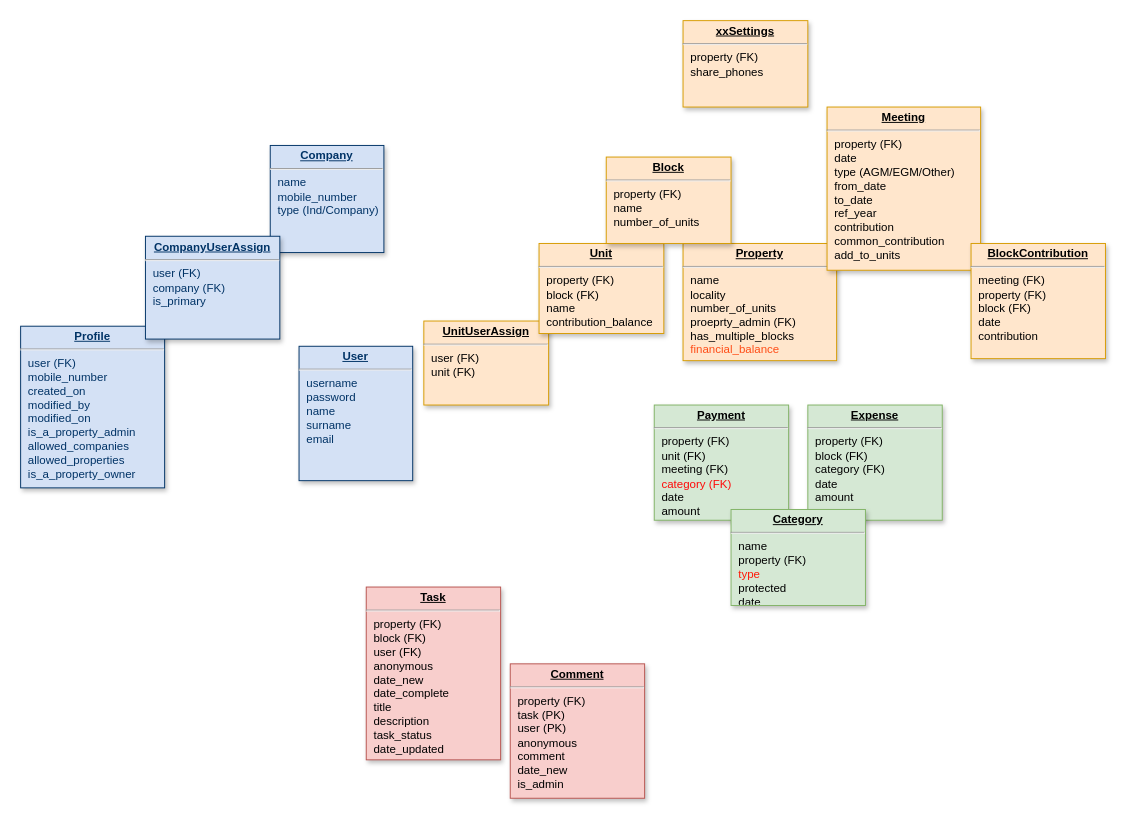
The draw.io diagram Untitled Diagram.drawio in gilubilu/hello-world, before the edit. Source tidied: cells renumbered, new cells numbered last; positions are measured from the earlier drawing's top-left corner, leaving out a move shared by most shapes. Both pictures are drawn from the tidied source at 96%, with x=0, y=0 at pixel (20, 20).
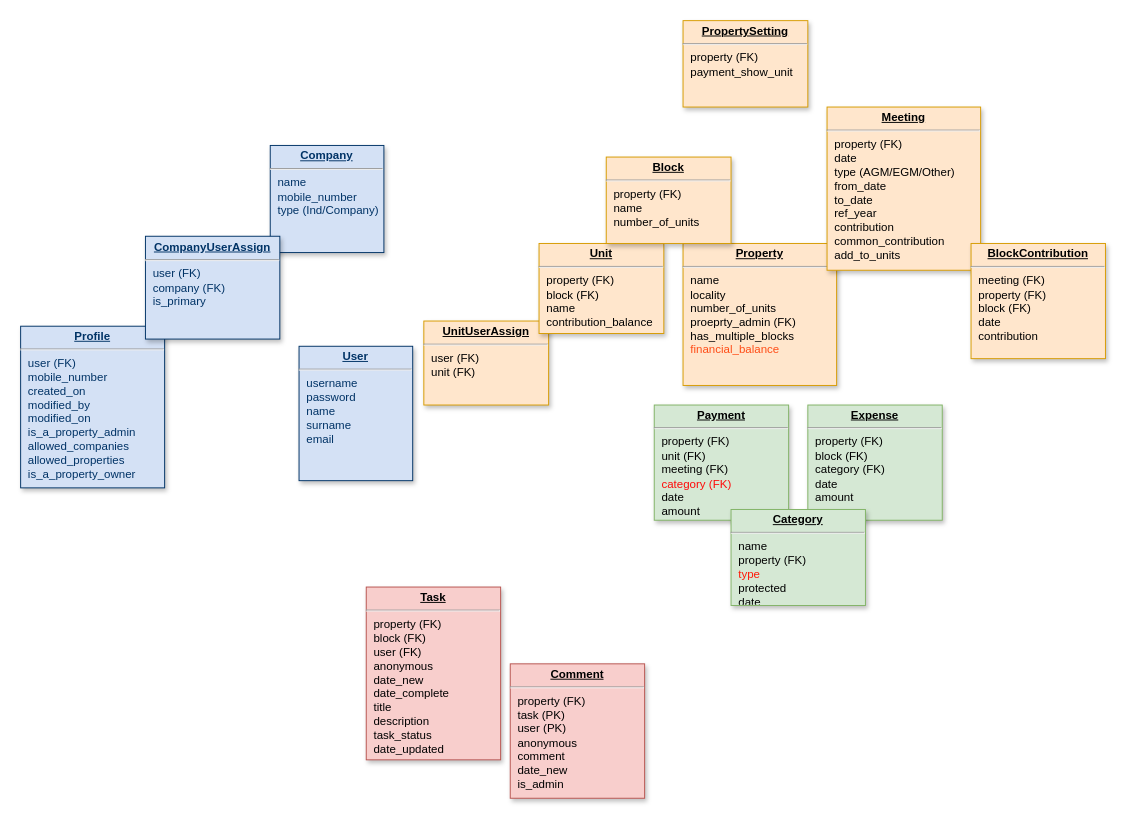
The same diagram, later.

What changed in the source:
```diff
@@
 <mxGraphModel background="#ffffff">
   <root>
     <mxCell id="0" />
     <mxCell id="1" parent="0" />
     <mxCell id="2" value="&lt;p style=&quot;margin: 0px ; margin-top: 4px ; text-align: center ; text-decoration: underline&quot;&gt;&lt;b&gt;UnitUserAssign&lt;/b&gt;&lt;/p&gt;&lt;hr&gt;&lt;p style=&quot;margin: 0px ; margin-left: 8px&quot;&gt;user (FK)&lt;/p&gt;&lt;p style=&quot;margin: 0px ; margin-left: 8px&quot;&gt;unit (FK)&lt;/p&gt;" style="verticalAlign=top;align=left;overflow=fill;fontSize=12;fontFamily=Helvetica;html=1;strokeColor=#d79b00;shadow=1;fillColor=#ffe6cc;" parent="1" vertex="1">
       <mxGeometry x="420" y="312.9" width="130" height="87.5" as="geometry" />
     </mxCell>
     <mxCell id="3" value="&lt;p style=&quot;margin: 0px ; margin-top: 4px ; text-align: center ; text-decoration: underline&quot;&gt;&lt;strong&gt;Unit&lt;/strong&gt;&lt;/p&gt;&lt;hr&gt;&lt;p style=&quot;margin: 0px ; margin-left: 8px&quot;&gt;property (FK)&lt;/p&gt;&lt;p style=&quot;margin: 0px ; margin-left: 8px&quot;&gt;block (FK)&lt;/p&gt;&lt;p style=&quot;margin: 0px ; margin-left: 8px&quot;&gt;name&lt;/p&gt;&lt;p style=&quot;margin: 0px ; margin-left: 8px&quot;&gt;&lt;span&gt;contribution_balance&lt;/span&gt;&lt;br&gt;&lt;/p&gt;&lt;p style=&quot;margin: 0px ; margin-left: 8px&quot;&gt;&lt;br&gt;&lt;/p&gt;" style="verticalAlign=top;align=left;overflow=fill;fontSize=12;fontFamily=Helvetica;html=1;strokeColor=#d79b00;shadow=1;fillColor=#ffe6cc;" parent="1" vertex="1">
       <mxGeometry x="540" y="232.1" width="130" height="93.8" as="geometry" />
     </mxCell>
     <mxCell id="4" value="&lt;p style=&quot;margin: 0px ; margin-top: 4px ; text-align: center ; text-decoration: underline&quot;&gt;&lt;strong&gt;Property&lt;/strong&gt;&lt;/p&gt;&lt;hr&gt;&lt;p style=&quot;margin: 0px ; margin-left: 8px&quot;&gt;name&lt;/p&gt;&lt;p style=&quot;margin: 0px ; margin-left: 8px&quot;&gt;locality&lt;/p&gt;&lt;p style=&quot;margin: 0px ; margin-left: 8px&quot;&gt;number_of_units&lt;/p&gt;&lt;p style=&quot;margin: 0px ; margin-left: 8px&quot;&gt;proeprty_admin (FK)&lt;/p&gt;&lt;p style=&quot;margin: 0px ; margin-left: 8px&quot;&gt;has_multiple_blocks&lt;/p&gt;&lt;p style=&quot;margin: 0px ; margin-left: 8px&quot;&gt;&lt;font color=&quot;#ff4d17&quot;&gt;financial_balance&lt;/font&gt;&lt;/p&gt;&lt;p style=&quot;margin: 0px ; margin-left: 8px&quot;&gt;&lt;br&gt;&lt;/p&gt;" style="verticalAlign=top;align=left;overflow=fill;fontSize=12;fontFamily=Helvetica;html=1;strokeColor=#d79b00;shadow=1;fillColor=#ffe6cc;" parent="1" vertex="1">
-      <mxGeometry x="690" y="232.1" width="160" height="122.1" as="geometry" />
+      <mxGeometry x="690" y="232.1" width="160" height="147.9" as="geometry" />
     </mxCell>
     <mxCell id="5" value="&lt;p style=&quot;margin: 0px ; margin-top: 4px ; text-align: center ; text-decoration: underline&quot;&gt;&lt;strong&gt;Profile&lt;/strong&gt;&lt;/p&gt;&lt;hr&gt;&lt;p style=&quot;margin: 0px ; margin-left: 8px&quot;&gt;user (FK)&lt;/p&gt;&lt;p style=&quot;margin: 0px ; margin-left: 8px&quot;&gt;mobile_number&lt;/p&gt;&lt;p style=&quot;margin: 0px ; margin-left: 8px&quot;&gt;created_on&lt;/p&gt;&lt;p style=&quot;margin: 0px ; margin-left: 8px&quot;&gt;modified_by&lt;/p&gt;&lt;p style=&quot;margin: 0px ; margin-left: 8px&quot;&gt;modified_on&lt;/p&gt;&lt;p style=&quot;margin: 0px ; margin-left: 8px&quot;&gt;is_a_property_admin&lt;/p&gt;&lt;p style=&quot;margin: 0px ; margin-left: 8px&quot;&gt;allowed_companies&lt;/p&gt;&lt;p style=&quot;margin: 0px ; margin-left: 8px&quot;&gt;allowed_properties&lt;/p&gt;&lt;p style=&quot;margin: 0px ; margin-left: 8px&quot;&gt;is_a_property_owner&lt;/p&gt;" style="verticalAlign=top;align=left;overflow=fill;fontSize=12;fontFamily=Helvetica;html=1;strokeColor=#003366;shadow=1;fillColor=#D4E1F5;fontColor=#003366;direction=west;" parent="1" vertex="1">
       <mxGeometry y="318.3" width="150" height="168.4" as="geometry" />
     </mxCell>
     <mxCell id="6" value="&lt;p style=&quot;margin: 0px ; margin-top: 4px ; text-align: center ; text-decoration: underline&quot;&gt;&lt;b&gt;User&lt;/b&gt;&lt;/p&gt;&lt;hr&gt;&lt;p style=&quot;margin: 0px ; margin-left: 8px&quot;&gt;username&lt;/p&gt;&lt;p style=&quot;margin: 0px ; margin-left: 8px&quot;&gt;password&lt;/p&gt;&lt;p style=&quot;margin: 0px ; margin-left: 8px&quot;&gt;name&lt;/p&gt;&lt;p style=&quot;margin: 0px ; margin-left: 8px&quot;&gt;surname&lt;/p&gt;&lt;p style=&quot;margin: 0px ; margin-left: 8px&quot;&gt;email&lt;/p&gt;" style="verticalAlign=top;align=left;overflow=fill;fontSize=12;fontFamily=Helvetica;html=1;strokeColor=#003366;shadow=1;fillColor=#D4E1F5;fontColor=#003366;direction=south;" parent="1" vertex="1">
       <mxGeometry x="290" y="339.2" width="118.4" height="140" as="geometry" />
     </mxCell>
     <mxCell id="7" value="&lt;p style=&quot;margin: 0px ; margin-top: 4px ; text-align: center ; text-decoration: underline&quot;&gt;&lt;b&gt;Company&lt;/b&gt;&lt;/p&gt;&lt;hr&gt;&lt;p style=&quot;margin: 0px ; margin-left: 8px&quot;&gt;name&lt;/p&gt;&lt;p style=&quot;margin: 0px ; margin-left: 8px&quot;&gt;mobile_number&lt;/p&gt;&lt;p style=&quot;margin: 0px ; margin-left: 8px&quot;&gt;type (Ind/Company)&lt;/p&gt;" style="verticalAlign=top;align=left;overflow=fill;fontSize=12;fontFamily=Helvetica;html=1;strokeColor=#003366;shadow=1;fillColor=#D4E1F5;fontColor=#003366;direction=south;" parent="1" vertex="1">
       <mxGeometry x="260" y="130" width="118.4" height="111.6" as="geometry" />
     </mxCell>
     <mxCell id="8" value="&lt;p style=&quot;margin: 0px ; margin-top: 4px ; text-align: center ; text-decoration: underline&quot;&gt;&lt;b&gt;CompanyUserAssign&lt;/b&gt;&lt;/p&gt;&lt;hr&gt;&lt;p style=&quot;margin: 0px ; margin-left: 8px&quot;&gt;user (FK)&lt;/p&gt;&lt;p style=&quot;margin: 0px ; margin-left: 8px&quot;&gt;company (FK)&lt;/p&gt;&lt;p style=&quot;margin: 0px ; margin-left: 8px&quot;&gt;is_primary&lt;/p&gt;" style="verticalAlign=top;align=left;overflow=fill;fontSize=12;fontFamily=Helvetica;html=1;strokeColor=#003366;shadow=1;fillColor=#D4E1F5;fontColor=#003366;direction=east;" parent="1" vertex="1">
       <mxGeometry x="130" y="224.6" width="140" height="107.1" as="geometry" />
     </mxCell>
     <mxCell id="9" value="&lt;p style=&quot;margin: 0px ; margin-top: 4px ; text-align: center ; text-decoration: underline&quot;&gt;&lt;strong&gt;Meeting&lt;/strong&gt;&lt;/p&gt;&lt;hr&gt;&lt;p style=&quot;margin: 0px ; margin-left: 8px&quot;&gt;property (FK)&lt;/p&gt;&lt;p style=&quot;margin: 0px ; margin-left: 8px&quot;&gt;date&lt;/p&gt;&lt;p style=&quot;margin: 0px ; margin-left: 8px&quot;&gt;type (AGM/EGM/Other)&lt;/p&gt;&lt;p style=&quot;margin: 0px ; margin-left: 8px&quot;&gt;from_date&lt;/p&gt;&lt;p style=&quot;margin: 0px ; margin-left: 8px&quot;&gt;to_date&lt;/p&gt;&lt;p style=&quot;margin: 0px ; margin-left: 8px&quot;&gt;ref_year&lt;/p&gt;&lt;p style=&quot;margin: 0px ; margin-left: 8px&quot;&gt;contribution&lt;/p&gt;&lt;p style=&quot;margin: 0px ; margin-left: 8px&quot;&gt;common_contribution&lt;/p&gt;&lt;p style=&quot;margin: 0px ; margin-left: 8px&quot;&gt;add_to_units&lt;/p&gt;" style="verticalAlign=top;align=left;overflow=fill;fontSize=12;fontFamily=Helvetica;html=1;strokeColor=#d79b00;shadow=1;fillColor=#ffe6cc;direction=west;" parent="1" vertex="1">
       <mxGeometry x="840" y="90" width="160" height="170" as="geometry" />
     </mxCell>
     <mxCell id="10" value="&lt;p style=&quot;margin: 0px ; margin-top: 4px ; text-align: center ; text-decoration: underline&quot;&gt;&lt;strong&gt;BlockContribution&lt;/strong&gt;&lt;/p&gt;&lt;hr&gt;&lt;p style=&quot;margin: 0px ; margin-left: 8px&quot;&gt;meeting (FK)&lt;/p&gt;&lt;p style=&quot;margin: 0px ; margin-left: 8px&quot;&gt;property (FK)&lt;/p&gt;&lt;p style=&quot;margin: 0px ; margin-left: 8px&quot;&gt;block (FK)&lt;/p&gt;&lt;p style=&quot;margin: 0px ; margin-left: 8px&quot;&gt;date&lt;/p&gt;&lt;p style=&quot;margin: 0px ; margin-left: 8px&quot;&gt;contribution&lt;br&gt;&lt;/p&gt;" style="verticalAlign=top;align=left;overflow=fill;fontSize=12;fontFamily=Helvetica;html=1;strokeColor=#d79b00;shadow=1;fillColor=#ffe6cc;direction=west;" parent="1" vertex="1">
       <mxGeometry x="990" y="232.1" width="140" height="120" as="geometry" />
     </mxCell>
     <mxCell id="11" value="&lt;p style=&quot;margin: 0px ; margin-top: 4px ; text-align: center ; text-decoration: underline&quot;&gt;&lt;strong&gt;Block&lt;/strong&gt;&lt;/p&gt;&lt;hr&gt;&lt;p style=&quot;margin: 0px ; margin-left: 8px&quot;&gt;property (FK)&lt;/p&gt;&lt;p style=&quot;margin: 0px ; margin-left: 8px&quot;&gt;name&lt;/p&gt;&lt;p style=&quot;margin: 0px ; margin-left: 8px&quot;&gt;number_of_units&lt;/p&gt;&lt;p style=&quot;margin: 0px ; margin-left: 8px&quot;&gt;&lt;br&gt;&lt;/p&gt;" style="verticalAlign=top;align=left;overflow=fill;fontSize=12;fontFamily=Helvetica;html=1;strokeColor=#d79b00;shadow=1;fillColor=#ffe6cc;direction=west;" parent="1" vertex="1">
       <mxGeometry x="610" y="142.1" width="130" height="90" as="geometry" />
     </mxCell>
     <mxCell id="12" value="&lt;p style=&quot;margin: 0px ; margin-top: 4px ; text-align: center ; text-decoration: underline&quot;&gt;&lt;strong&gt;Payment&lt;/strong&gt;&lt;/p&gt;&lt;hr&gt;&lt;p style=&quot;margin: 0px ; margin-left: 8px&quot;&gt;&lt;span&gt;property (FK)&lt;/span&gt;&lt;br&gt;&lt;/p&gt;&lt;p style=&quot;margin: 0px ; margin-left: 8px&quot;&gt;&lt;span&gt;unit (FK)&lt;/span&gt;&lt;/p&gt;&lt;p style=&quot;margin: 0px ; margin-left: 8px&quot;&gt;meeting (FK)&lt;/p&gt;&lt;p style=&quot;margin: 0px ; margin-left: 8px&quot;&gt;&lt;font color=&quot;#ff0a0a&quot;&gt;category (FK)&lt;/font&gt;&lt;/p&gt;&lt;p style=&quot;margin: 0px ; margin-left: 8px&quot;&gt;date&lt;span&gt;&lt;br&gt;&lt;/span&gt;&lt;/p&gt;&lt;p style=&quot;margin: 0px ; margin-left: 8px&quot;&gt;&lt;span&gt;amount&lt;/span&gt;&lt;/p&gt;" style="verticalAlign=top;align=left;overflow=fill;fontSize=12;fontFamily=Helvetica;html=1;strokeColor=#82b366;shadow=1;fillColor=#d5e8d4;direction=west;" parent="1" vertex="1">
       <mxGeometry x="660" y="400.4" width="140" height="120" as="geometry" />
     </mxCell>
     <mxCell id="13" value="&lt;p style=&quot;margin: 0px ; margin-top: 4px ; text-align: center ; text-decoration: underline&quot;&gt;&lt;strong&gt;Expense&lt;/strong&gt;&lt;/p&gt;&lt;hr&gt;&lt;p style=&quot;margin: 0px ; margin-left: 8px&quot;&gt;&lt;span&gt;property (FK)&lt;/span&gt;&lt;/p&gt;&lt;p style=&quot;margin: 0px ; margin-left: 8px&quot;&gt;&lt;span&gt;block (FK)&lt;/span&gt;&lt;/p&gt;&lt;p style=&quot;margin: 0px ; margin-left: 8px&quot;&gt;category (FK)&lt;/p&gt;&lt;p style=&quot;margin: 0px ; margin-left: 8px&quot;&gt;date&lt;/p&gt;&lt;p style=&quot;margin: 0px ; margin-left: 8px&quot;&gt;&lt;span&gt;amount&lt;/span&gt;&lt;br&gt;&lt;/p&gt;&lt;p style=&quot;margin: 0px ; margin-left: 8px&quot;&gt;&lt;br&gt;&lt;/p&gt;" style="verticalAlign=top;align=left;overflow=fill;fontSize=12;fontFamily=Helvetica;html=1;strokeColor=#82b366;shadow=1;fillColor=#d5e8d4;direction=west;" parent="1" vertex="1">
       <mxGeometry x="820" y="400.4" width="140" height="120" as="geometry" />
     </mxCell>
     <mxCell id="14" value="&lt;p style=&quot;margin: 0px ; margin-top: 4px ; text-align: center ; text-decoration: underline&quot;&gt;&lt;strong&gt;Category&lt;/strong&gt;&lt;/p&gt;&lt;hr&gt;&lt;p style=&quot;margin: 0px ; margin-left: 8px&quot;&gt;name&lt;br&gt;&lt;/p&gt;&lt;p style=&quot;margin: 0px ; margin-left: 8px&quot;&gt;property (FK)&lt;/p&gt;&lt;p style=&quot;margin: 0px ; margin-left: 8px&quot;&gt;&lt;font color=&quot;#ff1808&quot;&gt;type&lt;/font&gt;&lt;/p&gt;&lt;p style=&quot;margin: 0px ; margin-left: 8px&quot;&gt;protected&lt;/p&gt;&lt;p style=&quot;margin: 0px ; margin-left: 8px&quot;&gt;date&lt;/p&gt;" style="verticalAlign=top;align=left;overflow=fill;fontSize=12;fontFamily=Helvetica;html=1;strokeColor=#82b366;shadow=1;fillColor=#d5e8d4;direction=west;" parent="1" vertex="1">
       <mxGeometry x="740" y="509.2" width="140" height="100" as="geometry" />
     </mxCell>
     <mxCell id="15" value="&lt;p style=&quot;margin: 0px ; margin-top: 4px ; text-align: center ; text-decoration: underline&quot;&gt;&lt;strong&gt;Task&lt;/strong&gt;&lt;/p&gt;&lt;hr&gt;&lt;p style=&quot;margin: 0px ; margin-left: 8px&quot;&gt;&lt;span&gt;property (FK)&lt;/span&gt;&lt;br&gt;&lt;/p&gt;&lt;p style=&quot;margin: 0px ; margin-left: 8px&quot;&gt;&lt;span&gt;block (FK)&lt;/span&gt;&lt;/p&gt;&lt;p style=&quot;margin: 0px ; margin-left: 8px&quot;&gt;&lt;span&gt;user (FK)&lt;/span&gt;&lt;/p&gt;&lt;p style=&quot;margin: 0px ; margin-left: 8px&quot;&gt;&lt;span&gt;anonymous&lt;/span&gt;&lt;/p&gt;&lt;p style=&quot;margin: 0px ; margin-left: 8px&quot;&gt;date_new&lt;/p&gt;&lt;p style=&quot;margin: 0px ; margin-left: 8px&quot;&gt;date_complete&lt;/p&gt;&lt;p style=&quot;margin: 0px ; margin-left: 8px&quot;&gt;title&lt;span&gt;&lt;br&gt;&lt;/span&gt;&lt;/p&gt;&lt;p style=&quot;margin: 0px ; margin-left: 8px&quot;&gt;&lt;span&gt;description&lt;/span&gt;&lt;/p&gt;&lt;p style=&quot;margin: 0px ; margin-left: 8px&quot;&gt;&lt;span&gt;task_status&lt;/span&gt;&lt;/p&gt;&lt;p style=&quot;margin: 0px ; margin-left: 8px&quot;&gt;&lt;span&gt;date_updated&lt;/span&gt;&lt;/p&gt;" style="verticalAlign=top;align=left;overflow=fill;fontSize=12;fontFamily=Helvetica;html=1;strokeColor=#b85450;shadow=1;fillColor=#f8cecc;direction=west;" parent="1" vertex="1">
       <mxGeometry x="360" y="590" width="140" height="180" as="geometry" />
     </mxCell>
     <mxCell id="16" value="&lt;p style=&quot;margin: 0px ; margin-top: 4px ; text-align: center ; text-decoration: underline&quot;&gt;&lt;b&gt;Comment&lt;/b&gt;&lt;/p&gt;&lt;hr&gt;&lt;p style=&quot;margin: 0px ; margin-left: 8px&quot;&gt;&lt;span&gt;property (FK)&lt;/span&gt;&lt;br&gt;&lt;/p&gt;&lt;p style=&quot;margin: 0px ; margin-left: 8px&quot;&gt;&lt;span&gt;task (PK)&lt;/span&gt;&lt;/p&gt;&lt;p style=&quot;margin: 0px ; margin-left: 8px&quot;&gt;&lt;span&gt;user (PK)&lt;/span&gt;&lt;/p&gt;&lt;p style=&quot;margin: 0px ; margin-left: 8px&quot;&gt;&lt;span&gt;anonymous&lt;/span&gt;&lt;/p&gt;&lt;p style=&quot;margin: 0px ; margin-left: 8px&quot;&gt;&lt;span&gt;comment&lt;/span&gt;&lt;/p&gt;&lt;p style=&quot;margin: 0px ; margin-left: 8px&quot;&gt;&lt;span&gt;date_new&lt;/span&gt;&lt;/p&gt;&lt;p style=&quot;margin: 0px ; margin-left: 8px&quot;&gt;&lt;span&gt;is_admin&lt;/span&gt;&lt;/p&gt;&lt;p style=&quot;margin: 0px ; margin-left: 8px&quot;&gt;&lt;span&gt;&lt;br&gt;&lt;/span&gt;&lt;/p&gt;" style="verticalAlign=top;align=left;overflow=fill;fontSize=12;fontFamily=Helvetica;html=1;strokeColor=#b85450;shadow=1;fillColor=#f8cecc;direction=west;" parent="1" vertex="1">
       <mxGeometry x="510" y="670" width="140" height="140" as="geometry" />
     </mxCell>
-    <mxCell id="17" value="&lt;p style=&quot;margin: 0px ; margin-top: 4px ; text-align: center ; text-decoration: underline&quot;&gt;&lt;strong&gt;xxSettings&lt;/strong&gt;&lt;/p&gt;&lt;hr&gt;&lt;p style=&quot;margin: 0px ; margin-left: 8px&quot;&gt;property (FK)&lt;/p&gt;&lt;p style=&quot;margin: 0px ; margin-left: 8px&quot;&gt;share_phones&lt;/p&gt;&lt;p style=&quot;margin: 0px ; margin-left: 8px&quot;&gt;&lt;br&gt;&lt;/p&gt;" style="verticalAlign=top;align=left;overflow=fill;fontSize=12;fontFamily=Helvetica;html=1;strokeColor=#d79b00;shadow=1;fillColor=#ffe6cc;direction=west;" parent="1" vertex="1">
+    <mxCell id="17" value="&lt;p style=&quot;margin: 0px ; margin-top: 4px ; text-align: center ; text-decoration: underline&quot;&gt;&lt;strong&gt;PropertySetting&lt;/strong&gt;&lt;/p&gt;&lt;hr&gt;&lt;p style=&quot;margin: 0px ; margin-left: 8px&quot;&gt;property (FK)&lt;/p&gt;&lt;p style=&quot;margin: 0px ; margin-left: 8px&quot;&gt;payment_show_unit&lt;/p&gt;&lt;p style=&quot;margin: 0px ; margin-left: 8px&quot;&gt;&lt;br&gt;&lt;/p&gt;" style="verticalAlign=top;align=left;overflow=fill;fontSize=12;fontFamily=Helvetica;html=1;strokeColor=#d79b00;shadow=1;fillColor=#ffe6cc;direction=west;" parent="1" vertex="1">
       <mxGeometry x="690" width="130" height="90" as="geometry" />
     </mxCell>
   </root>
 </mxGraphModel>
```
